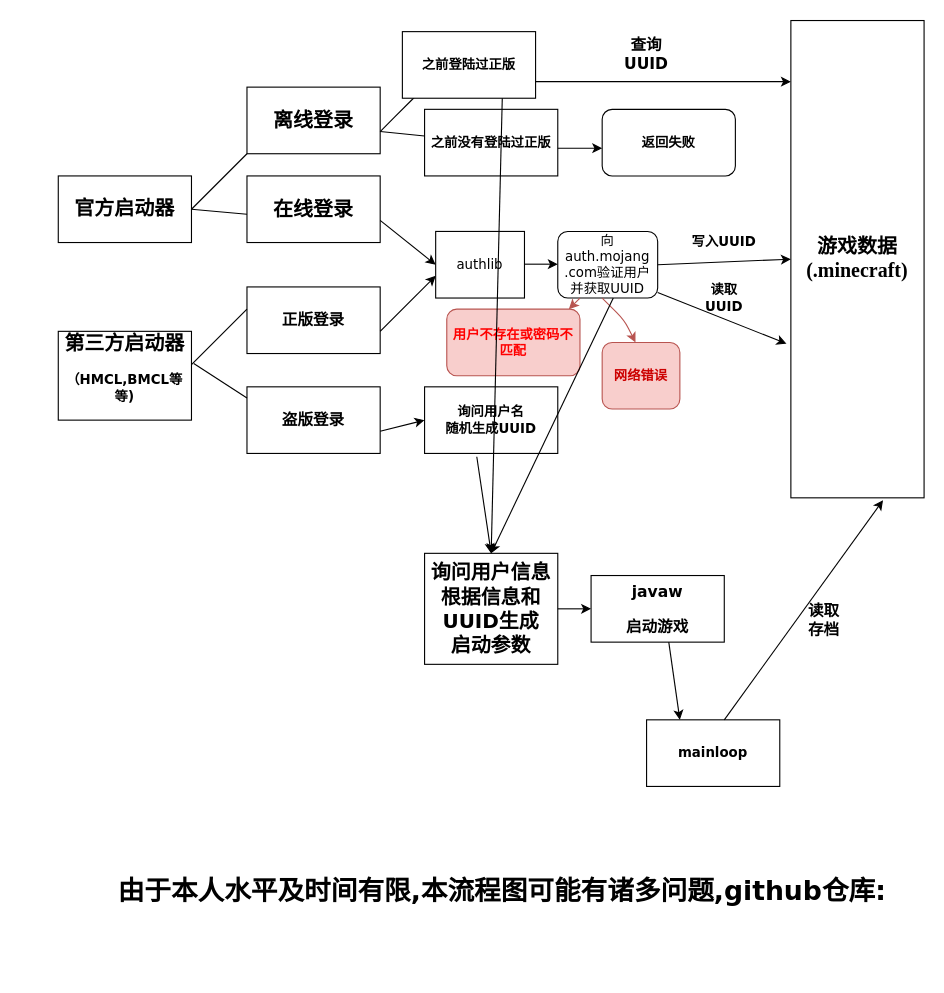
This is minecraft java版启动过程.drawio from colinxu2020/Minecraft-startup-Flowchart, a draw.io file, before an edit. Source tidied: cells renumbered, new cells numbered last; positions are measured from the earlier drawing's top-left corner, leaving out a move shared by most shapes. Both pictures are drawn from the tidied source at 111%, with x=0, y=0 at pixel (58, 20).
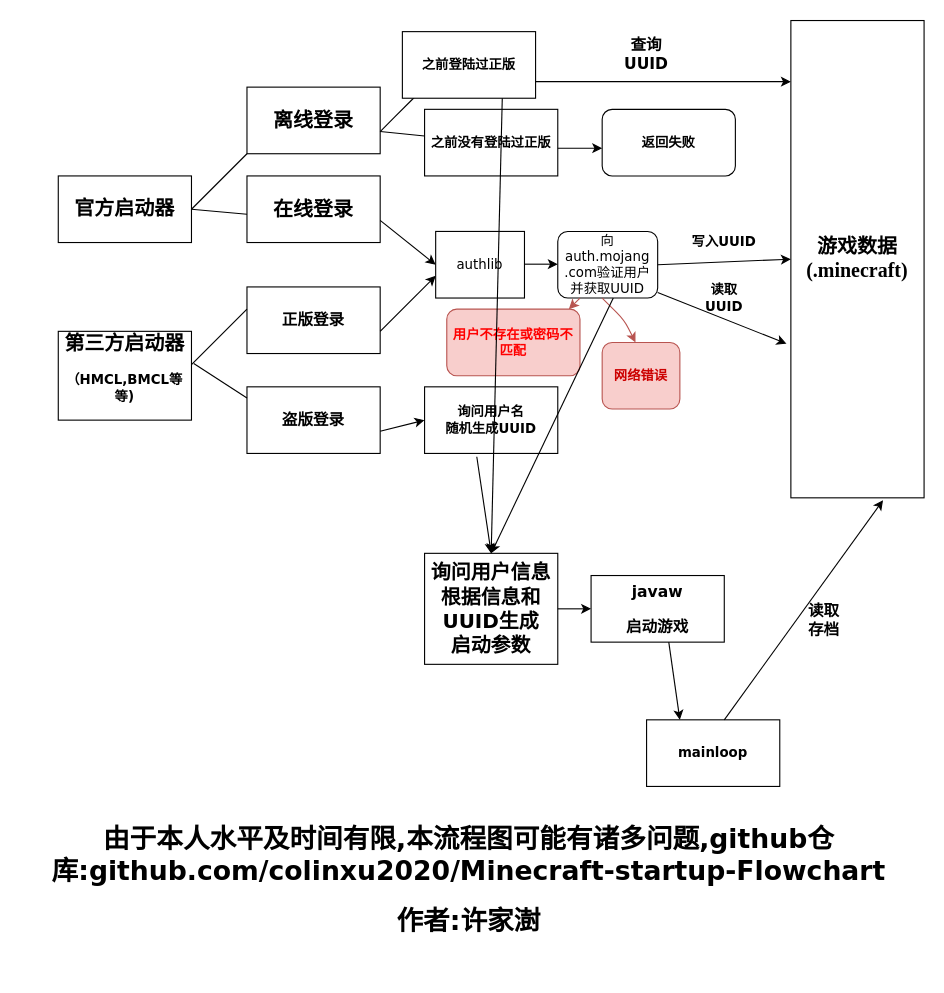
After the change.

Commit message:
Update minecraft java版启动过程.drawio

Diff of the diagram source:
```diff
@@
-    <mxCell id="46" value="&lt;h1&gt;由于本人水平及时间有限,本流程图可能有诸多问题,github仓库:&lt;/h1&gt;" style="text;html=1;strokeColor=none;fillColor=none;align=center;verticalAlign=middle;whiteSpace=wrap;rounded=0;fontFamily=Verdana;fontColor=#000000;" parent="1" vertex="1">
-      <mxGeometry x="30" y="710" width="740" height="150" as="geometry" />
+    <mxCell id="46" value="&lt;h1&gt;由于本人水平及时间有限,本流程图可能有诸多问题,github仓库:github.com/colinxu2020/Minecraft-startup-Flowchart&lt;/h1&gt;&lt;h1&gt;作者:许家澍&lt;/h1&gt;" style="text;html=1;strokeColor=none;fillColor=none;align=center;verticalAlign=middle;whiteSpace=wrap;rounded=0;fontFamily=Verdana;fontColor=#000000;" parent="1" vertex="1">
+      <mxGeometry x="-35" y="700" width="810" height="150" as="geometry" />
     </mxCell>
```
